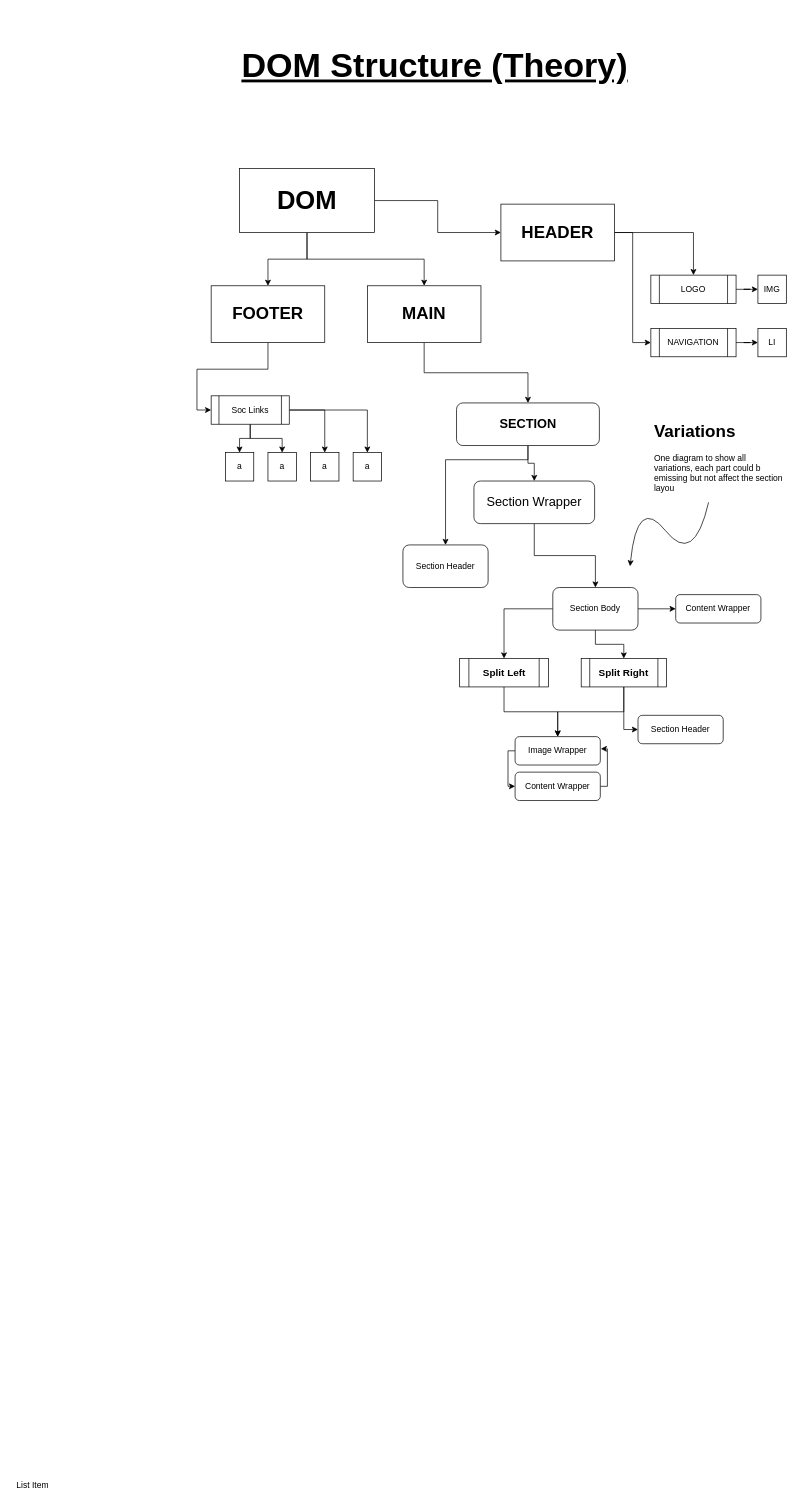
Earlier version of the draw.io diagram Untitled Diagram.drawio (erazmozen/React-Gallery). Source tidied: cells renumbered, new cells numbered last; positions are measured from the earlier drawing's top-left corner, leaving out a move shared by most shapes. Both pictures are drawn from the tidied source at 71%, with x=0, y=0 at pixel (12, 12).
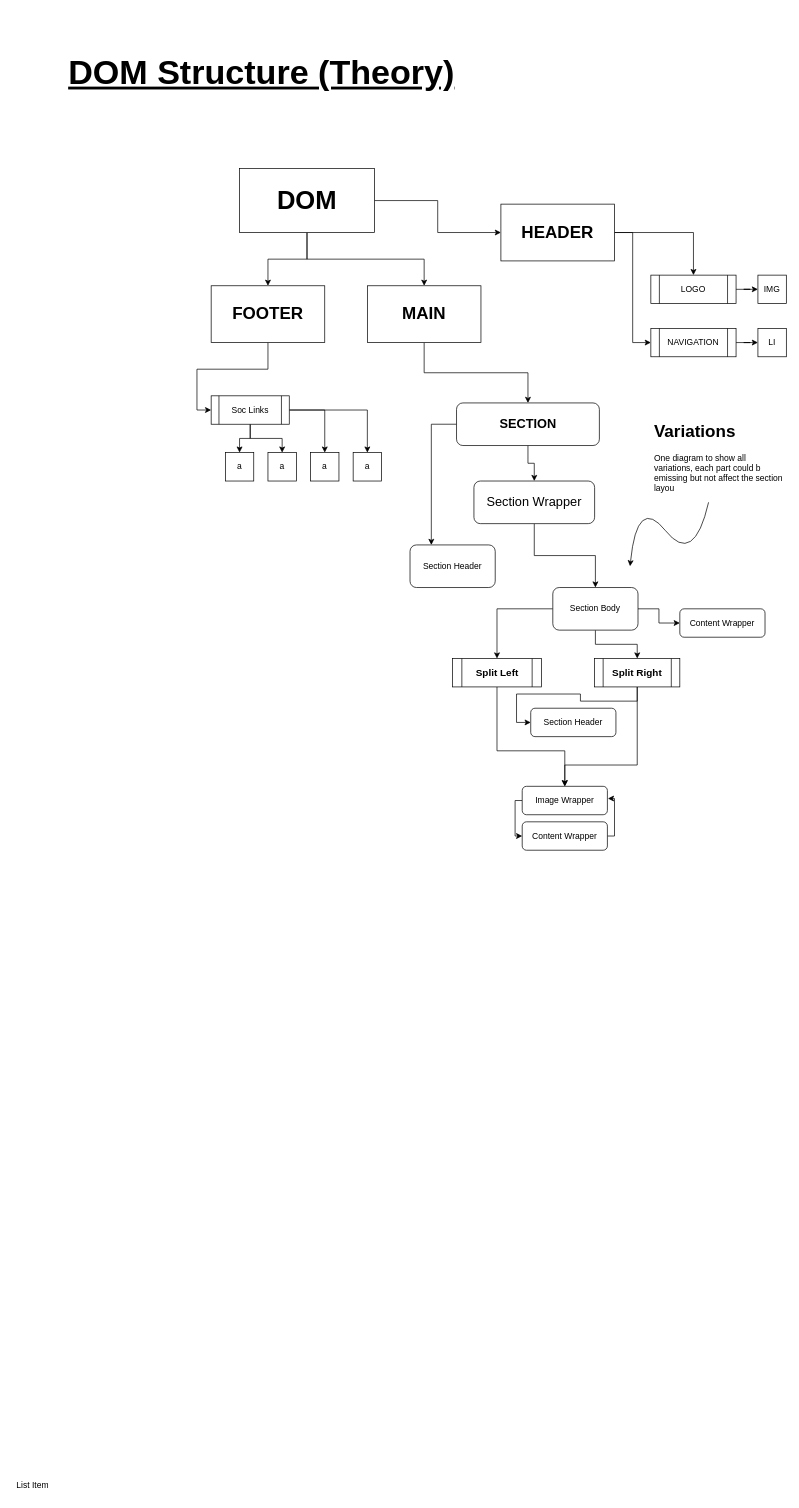
After the change.

The change refers to these unchanged cells:
```xml
<mxCell id="30" value="&lt;font style=&quot;font-size: 18px;&quot;&gt;&lt;b&gt;SECTION&lt;/b&gt;&lt;/font&gt;" style="rounded=1;whiteSpace=wrap;html=1;" parent="1" vertex="1">
  <mxGeometry x="625.5" y="550" width="201.2" height="60" as="geometry" />
</mxCell>
```

What changed in the source:
```diff
@@
-    <mxCell id="29" style="edgeStyle=orthogonalEdgeStyle;rounded=0;jettySize=auto;html=1;entryX=0.5;entryY=0;entryDx=0;entryDy=0;" parent="1" edge="1" source="30" target="31">
+    <mxCell id="29" style="edgeStyle=orthogonalEdgeStyle;rounded=0;jettySize=auto;html=1;" parent="1" edge="1" source="30" target="31">
       <mxGeometry relative="1" as="geometry">
         <Array as="points">
-          <mxPoint x="726" y="630" />
-          <mxPoint x="610" y="630" />
+          <mxPoint x="590" y="580" />
         </Array>
       </mxGeometry>
     </mxCell>
@@
     <mxCell id="31" value="Section Header" style="rounded=1;whiteSpace=wrap;html=1;" parent="1" vertex="1">
-      <mxGeometry x="550" y="750" width="120" height="60" as="geometry" />
+      <mxGeometry x="560" y="750" width="120" height="60" as="geometry" />
     </mxCell>
@@
-    <mxCell id="38" style="edgeStyle=orthogonalEdgeStyle;rounded=0;jettySize=auto;html=1;entryX=0.5;entryY=0;entryDx=0;entryDy=0;" parent="1" edge="1" source="39" target="48">
-      <mxGeometry relative="1" as="geometry" />
+    <mxCell id="38" style="edgeStyle=orthogonalEdgeStyle;rounded=0;jettySize=auto;html=1;entryX=0.5;entryY=0;entryDx=0;entryDy=0;exitX=0.5;exitY=1;exitDx=0;exitDy=0;" parent="1" edge="1" source="39" target="48">
+      <mxGeometry relative="1" as="geometry">
+        <Array as="points">
+          <mxPoint x="682" y="1040" />
+          <mxPoint x="778" y="1040" />
+        </Array>
+      </mxGeometry>
     </mxCell>
     <mxCell id="39" value="&lt;b style=&quot;border-color: var(--border-color);&quot;&gt;&lt;font style=&quot;font-size: 14px;&quot;&gt;Split Left&lt;/font&gt;&lt;/b&gt;" style="shape=process;whiteSpace=wrap;html=1;backgroundOutline=1;" parent="1" vertex="1">
-      <mxGeometry x="629.9" y="910" width="125" height="40" as="geometry" />
+      <mxGeometry x="620" y="910" width="125" height="40" as="geometry" />
     </mxCell>
@@
     <mxCell id="41" style="edgeStyle=orthogonalEdgeStyle;rounded=0;jettySize=auto;html=1;entryX=0.5;entryY=0;entryDx=0;entryDy=0;" parent="1" edge="1" source="42" target="48">
-      <mxGeometry relative="1" as="geometry" />
+      <mxGeometry relative="1" as="geometry">
+        <Array as="points">
+          <mxPoint x="880" y="1060" />
+          <mxPoint x="778" y="1060" />
+        </Array>
+      </mxGeometry>
     </mxCell>
     <mxCell id="42" value="&lt;b style=&quot;border-color: var(--border-color);&quot;&gt;&lt;font style=&quot;font-size: 14px;&quot;&gt;Split Right&lt;/font&gt;&lt;/b&gt;" style="shape=process;whiteSpace=wrap;html=1;backgroundOutline=1;" parent="1" vertex="1">
-      <mxGeometry x="801.1" y="910" width="120" height="40" as="geometry" />
+      <mxGeometry x="820" y="910" width="120" height="40" as="geometry" />
     </mxCell>
     <mxCell id="43" value="Section Header" style="rounded=1;whiteSpace=wrap;html=1;" parent="1" vertex="1">
-      <mxGeometry x="881.1" y="990" width="120" height="40" as="geometry" />
+      <mxGeometry x="730" y="980" width="120" height="40" as="geometry" />
     </mxCell>
     <mxCell id="44" value="Content Wrapper" style="rounded=1;whiteSpace=wrap;html=1;glass=0;" parent="1" vertex="1">
-      <mxGeometry x="934.2" y="820" width="120" height="40" as="geometry" />
+      <mxGeometry x="940" y="840" width="120" height="40" as="geometry" />
     </mxCell>
@@
     <mxCell id="47" style="edgeStyle=orthogonalEdgeStyle;rounded=0;jettySize=auto;html=1;exitX=0;exitY=0.5;exitDx=0;exitDy=0;entryX=0;entryY=0.5;entryDx=0;entryDy=0;" parent="1" edge="1" source="48" target="50">
       <mxGeometry relative="1" as="geometry">
         <Array as="points">
-          <mxPoint x="698" y="1040" />
-          <mxPoint x="698" y="1090" />
+          <mxPoint x="708" y="1110" />
+          <mxPoint x="708" y="1160" />
         </Array>
       </mxGeometry>
     </mxCell>
     <mxCell id="48" value="Image Wrapper" style="rounded=1;whiteSpace=wrap;html=1;glass=0;" parent="1" vertex="1">
-      <mxGeometry x="708" y="1020" width="120" height="40" as="geometry" />
+      <mxGeometry x="718" y="1090" width="120" height="40" as="geometry" />
     </mxCell>
     <mxCell id="49" style="edgeStyle=orthogonalEdgeStyle;rounded=0;jettySize=auto;html=1;entryX=1.006;entryY=0.429;entryDx=0;entryDy=0;entryPerimeter=0;exitX=1;exitY=0.5;exitDx=0;exitDy=0;" parent="1" edge="1" source="50" target="48">
       <mxGeometry relative="1" as="geometry">
         <Array as="points">
-          <mxPoint x="838" y="1090" />
-          <mxPoint x="838" y="1037" />
+          <mxPoint x="848" y="1160" />
+          <mxPoint x="848" y="1107" />
         </Array>
       </mxGeometry>
     </mxCell>
     <mxCell id="50" value="Content Wrapper" style="rounded=1;whiteSpace=wrap;html=1;glass=0;" parent="1" vertex="1">
-      <mxGeometry x="708" y="1070" width="120" height="40" as="geometry" />
+      <mxGeometry x="718" y="1140" width="120" height="40" as="geometry" />
     </mxCell>
     <mxCell id="51" value="&lt;font style=&quot;font-size: 48px;&quot;&gt;&lt;b&gt;&lt;u&gt;DOM Structure (Theory)&lt;/u&gt;&lt;/b&gt;&lt;/font&gt;" style="text;html=1;strokeColor=none;fillColor=none;align=center;verticalAlign=middle;whiteSpace=wrap;rounded=0;" parent="1" vertex="1">
-      <mxGeometry x="319.9" width="550" height="150" as="geometry" />
+      <mxGeometry x="75.5" y="10" width="550" height="150" as="geometry" />
     </mxCell>
```
